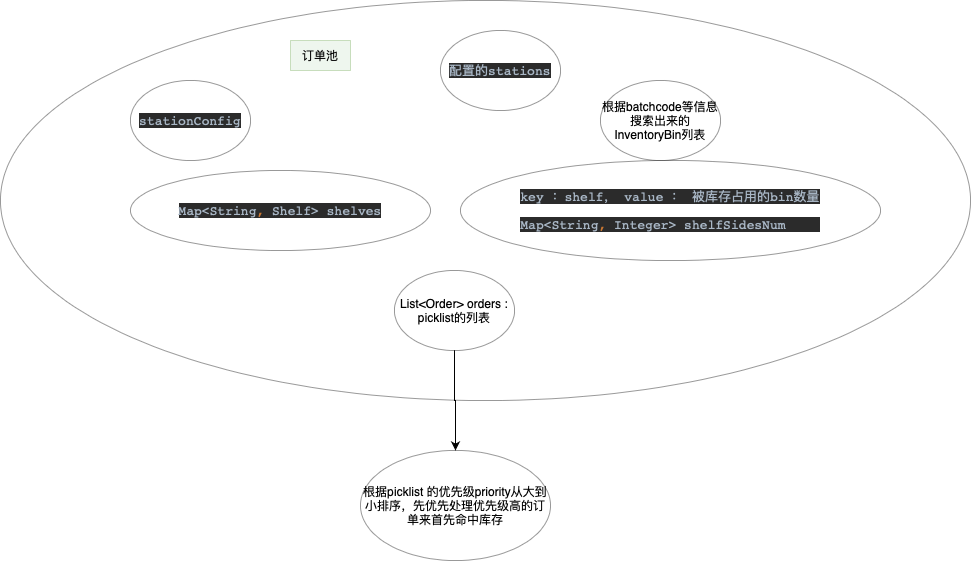
Before: 订单池-命中库存.drawio.png, a diagram exported from draw.io (cong666/flow-chart). Source tidied: cells renumbered, new cells last; positions are measured from the earlier drawing's top-left corner, leaving out a move shared by most shapes.
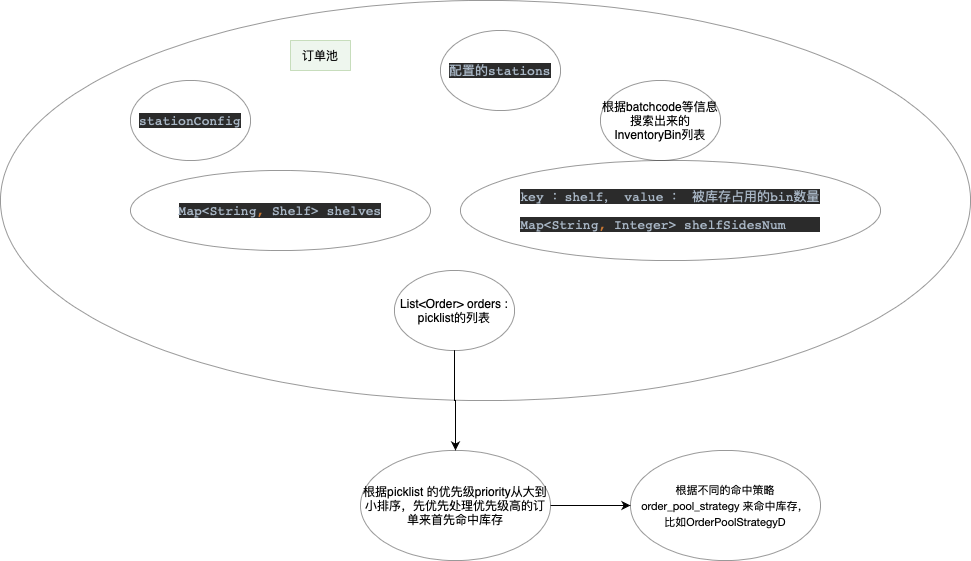
The same diagram one commit later.

Commit message:
更新订单池-命中库存.drawio.png

Diff of the diagram source:
```diff
@@ -29,8 +29,14 @@
     <mxCell id="10" value="订单池" style="text;html=1;strokeColor=#82b366;fillColor=#d5e8d4;align=center;verticalAlign=middle;whiteSpace=wrap;rounded=0;opacity=40;" parent="1" vertex="1">
       <mxGeometry x="290" y="40" width="60" height="30" as="geometry" />
     </mxCell>
+    <mxCell id="12" style="edgeStyle=orthogonalEdgeStyle;rounded=0;jettySize=auto;html=1;" parent="1" edge="1" source="11" target="13">
+      <mxGeometry relative="1" as="geometry" />
+    </mxCell>
     <mxCell id="11" value="根据picklist 的优先级priority从大到小排序，先优先处理优先级高的订单来首先命中库存" style="ellipse;whiteSpace=wrap;html=1;opacity=40;" parent="1" vertex="1">
       <mxGeometry x="360" y="450" width="190" height="110" as="geometry" />
     </mxCell>
+    <mxCell id="13" value="&lt;p style=&quot;margin: 0px; font-stretch: normal; font-size: 11px; line-height: normal; font-family: &amp;quot;Helvetica Neue&amp;quot;;&quot;&gt;根据不同的命中策略order_pool_strategy 来命中库存，&lt;/p&gt;&lt;p style=&quot;margin: 0px; font-stretch: normal; font-size: 11px; line-height: normal; font-family: &amp;quot;Helvetica Neue&amp;quot;;&quot;&gt;比如OrderPoolStrategyD&lt;/p&gt;" style="ellipse;whiteSpace=wrap;html=1;opacity=40;" parent="1" vertex="1">
+      <mxGeometry x="630" y="450" width="190" height="110" as="geometry" />
+    </mxCell>
   </root>
 </mxGraphModel>
```
